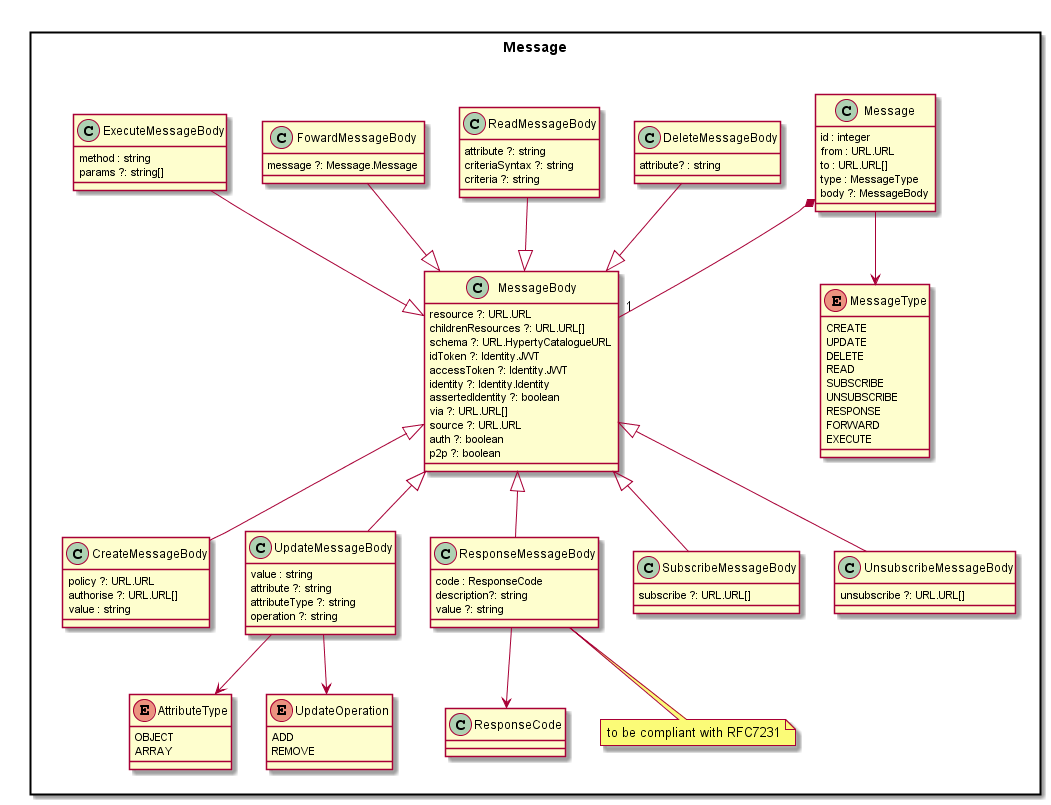
reTHINK-project/specs keeps this PlantUML diagram as datamodel/core/message/Message-Data-Model.png. Above is the earlier version.
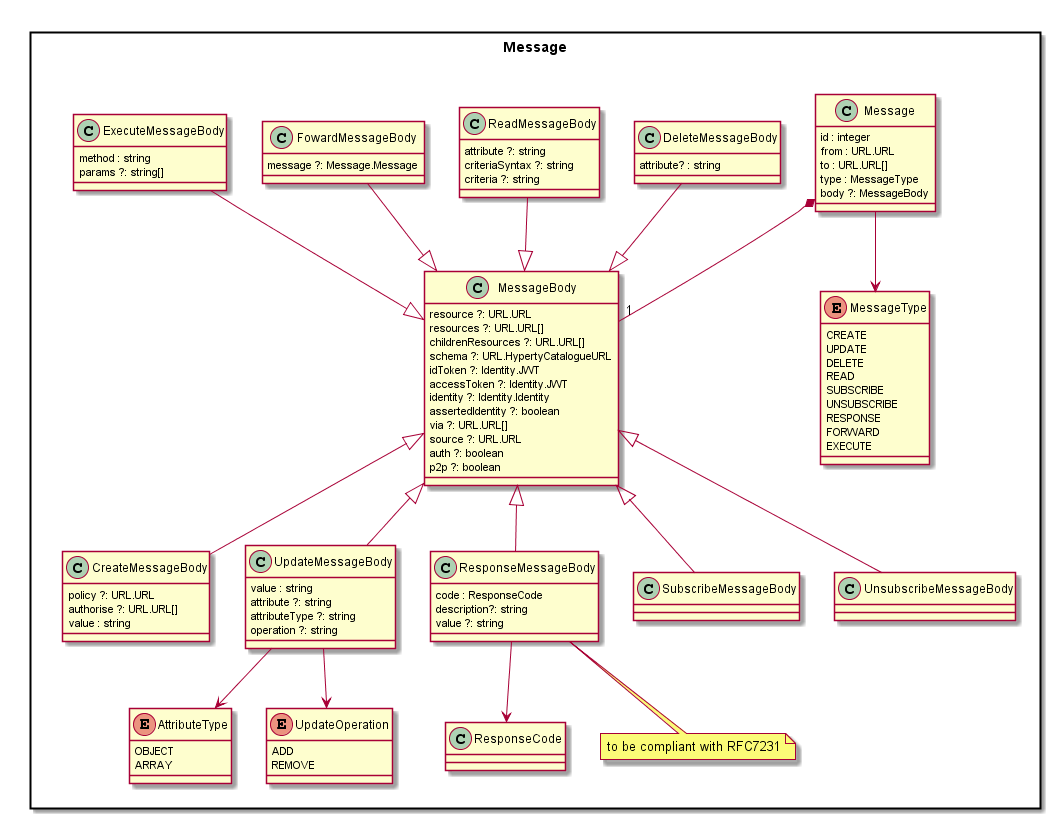
The same diagram one commit later.

Commit message:
Updated Message specs as agreed at https://github.com/reTHINK-project/specs/issues/19

Change to the diagram source:
```diff
@@ -12,6 +12,7 @@
 
 	class MessageBody {
 		resource ?: URL.URL
+		resources ?: URL.URL[]
 		childrenResources ?: URL.URL[]
 		schema ?: URL.HypertyCatalogueURL
 		idToken ?: Identity.JWT
@@ -58,11 +59,9 @@
 	}
 
 	class SubscribeMessageBody {
-		subscribe ?: URL.URL[]
 	}
 
 	class UnsubscribeMessageBody {
-		unsubscribe ?: URL.URL[]
 	}
 
 	class FowardMessageBody {
```
